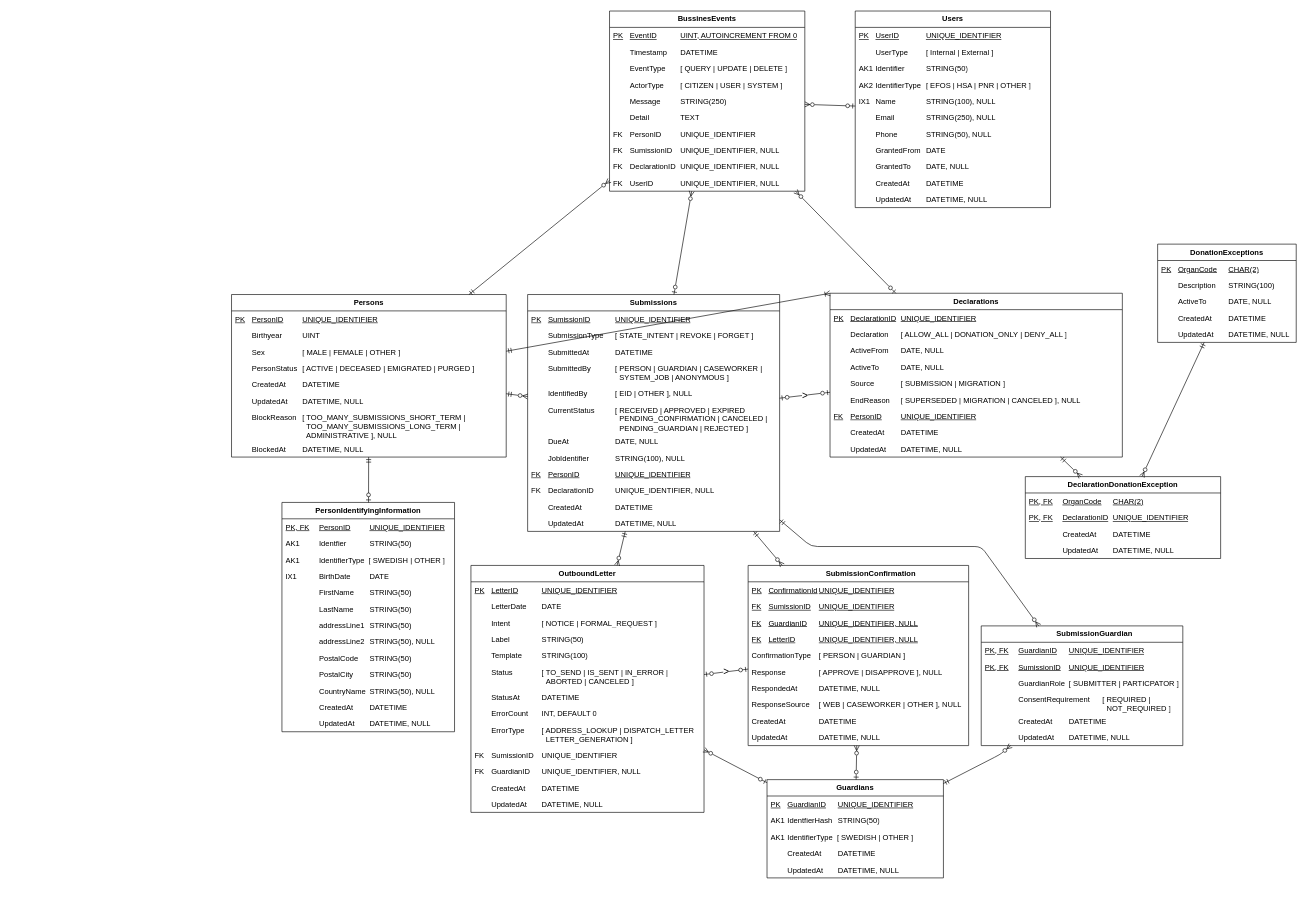
Above: page "Liggande Logisk modell" (9 of 9) of Donationsregister.drawio in bhagqvist-consid/ICD11 (draw.io), before the change. Source tidied: cells renumbered, new cells numbered last; positions are measured from the earlier drawing's top-left corner, leaving out a move shared by most shapes. Both pictures are drawn from the tidied source at 63%, with x=0, y=0 at pixel (231, 11).
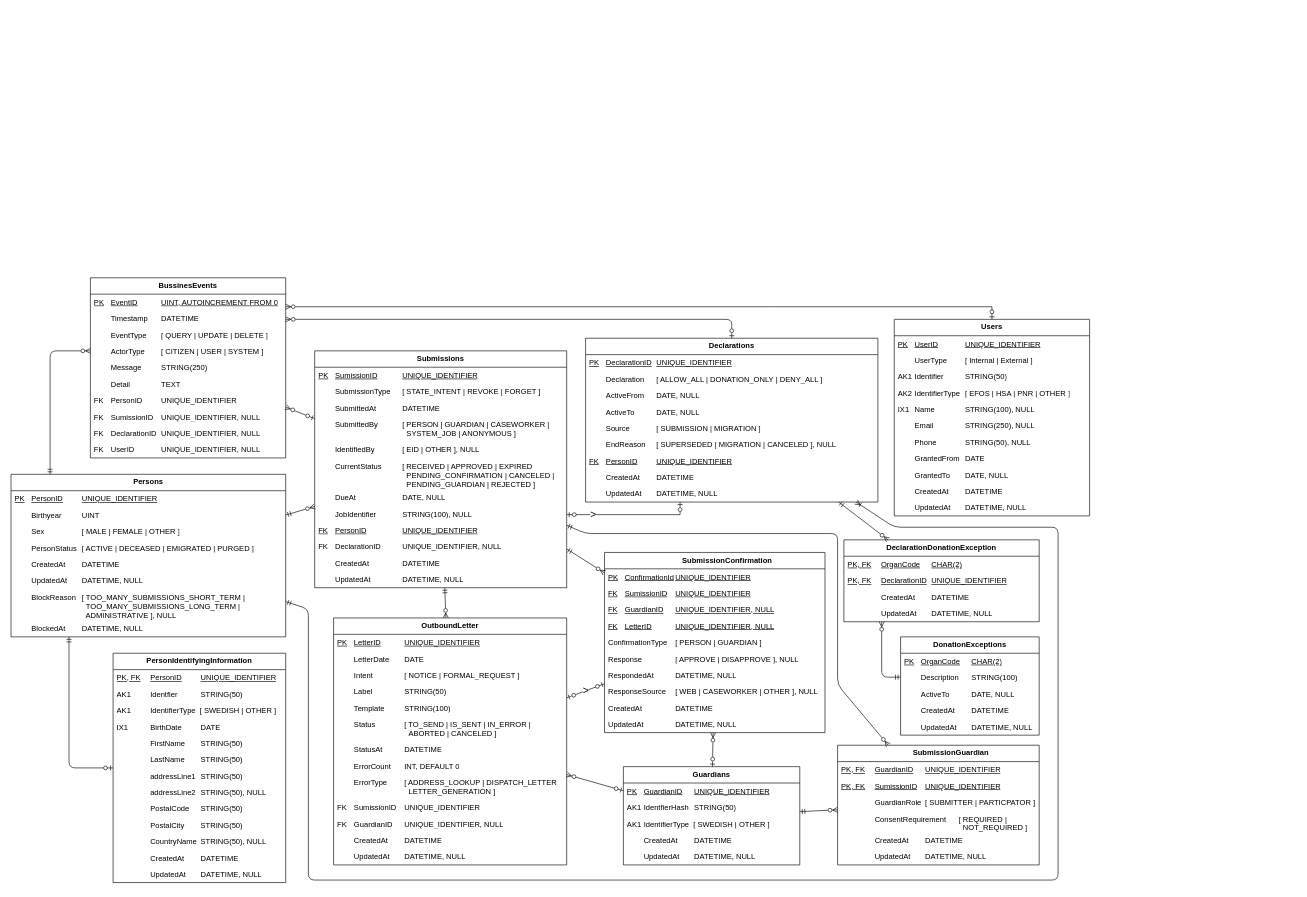
The same diagram, later.

Change to the diagram source:
```diff
@@
     <mxCell id="2" value="Persons" style="swimlane;fontStyle=1;horizontal=1;startSize=26;fillColor=none;whiteSpace=wrap;html=1;" parent="1" vertex="1">
-      <mxGeometry y="450" width="436" height="258" as="geometry" />
+      <mxGeometry x="-350" y="735.4" width="436" height="258" as="geometry" />
     </mxCell>
@@
     <mxCell id="11" value="Submissions" style="swimlane;fontStyle=1;horizontal=1;startSize=26;fillColor=none;whiteSpace=wrap;html=1;" parent="1" vertex="1">
-      <mxGeometry x="470" y="450" width="400" height="376" as="geometry" />
+      <mxGeometry x="132" y="539.4" width="400" height="376" as="geometry" />
     </mxCell>
@@
     <mxCell id="24" value="Declarations" style="swimlane;fontStyle=1;horizontal=1;startSize=26;fillColor=none;whiteSpace=wrap;html=1;" parent="1" vertex="1">
-      <mxGeometry x="950" y="448" width="464" height="260" as="geometry" />
+      <mxGeometry x="562" y="519.4" width="464" height="260" as="geometry" />
     </mxCell>
@@
     <mxCell id="34" value="PersonIdentifyingInformation" style="swimlane;fontStyle=1;horizontal=1;startSize=26;fillColor=none;whiteSpace=wrap;html=1;" parent="1" vertex="1">
-      <mxGeometry x="80" y="780" width="274" height="364" as="geometry" />
+      <mxGeometry x="-188" y="1019.4" width="274" height="364" as="geometry" />
     </mxCell>
@@
     <mxCell id="48" value="OutboundLetter" style="swimlane;fontStyle=1;horizontal=1;startSize=26;fillColor=none;whiteSpace=wrap;html=1;" parent="1" vertex="1">
-      <mxGeometry x="380" y="880" width="370" height="392" as="geometry" />
+      <mxGeometry x="162" y="963.4" width="370" height="392" as="geometry" />
     </mxCell>
@@
     <mxCell id="62" value="Guardians" style="swimlane;fontStyle=1;horizontal=1;startSize=26;fillColor=none;whiteSpace=wrap;html=1;" parent="1" vertex="1">
-      <mxGeometry x="850" y="1220" width="280" height="156" as="geometry" />
+      <mxGeometry x="622" y="1199.4" width="280" height="156" as="geometry" />
     </mxCell>
@@
     <mxCell id="68" value="BussinesEvents" style="swimlane;fontStyle=1;horizontal=1;startSize=26;fillColor=none;whiteSpace=wrap;html=1;" parent="1" vertex="1">
-      <mxGeometry x="600" width="310" height="286" as="geometry" />
+      <mxGeometry x="-224" y="423.4" width="310" height="286" as="geometry" />
     </mxCell>
@@
     <mxCell id="79" value="Users" style="swimlane;fontStyle=1;horizontal=1;startSize=26;fillColor=none;whiteSpace=wrap;html=1;" parent="1" vertex="1">
-      <mxGeometry x="990" width="310" height="312" as="geometry" />
+      <mxGeometry x="1052" y="489.4" width="310" height="312" as="geometry" />
     </mxCell>
@@
     <mxCell id="91" value="DonationExceptions" style="swimlane;fontStyle=1;horizontal=1;startSize=26;fillColor=none;whiteSpace=wrap;html=1;" parent="1" vertex="1">
-      <mxGeometry x="1470" y="370" width="220" height="156" as="geometry" />
+      <mxGeometry x="1062" y="993.4" width="220" height="156" as="geometry" />
     </mxCell>
@@
     <mxCell id="97" value="DeclarationDonationException" style="swimlane;fontStyle=1;horizontal=1;startSize=26;fillColor=none;whiteSpace=wrap;html=1;" parent="1" vertex="1">
-      <mxGeometry x="1260" y="739" width="310" height="130" as="geometry" />
+      <mxGeometry x="972" y="839.4" width="310" height="130" as="geometry" />
     </mxCell>
@@
     <mxCell id="102" value="&lt;blockquote style=&quot;margin: 0px 0px 0px 40px; border-width: medium; border-style: none; border-color: currentcolor; border-image: none; padding: 0px;&quot;&gt;SubmissionGuardian&lt;/blockquote&gt;" style="swimlane;fontStyle=1;horizontal=1;startSize=26;fillColor=none;whiteSpace=wrap;html=1;" parent="1" vertex="1">
-      <mxGeometry x="1190" y="976" width="320" height="190" as="geometry" />
+      <mxGeometry x="962" y="1165.4" width="320" height="190" as="geometry" />
     </mxCell>
@@
-    <mxCell id="109" value="&amp;gt;" style="fontSize=16;html=1;endArrow=ERzeroToOne;startArrow=ERzeroToOne;rounded=0;startFill=0;fontStyle=0;" parent="1" edge="1" source="24" target="11">
-      <mxGeometry relative="1" as="geometry" />
+    <mxCell id="109" value="&amp;gt;" style="fontSize=16;html=1;endArrow=ERzeroToOne;startArrow=ERzeroToOne;rounded=0;startFill=0;fontStyle=0;edgeStyle=orthogonalEdgeStyle;" parent="1" edge="1" source="24" target="11">
+      <mxGeometry x="0.58" relative="1" as="geometry">
+        <Array as="points">
+          <mxPoint x="712" y="799.4" />
+        </Array>
+      </mxGeometry>
     </mxCell>
-    <mxCell id="110" style="fontSize=12;html=1;endArrow=ERmandOne;startArrow=ERzeroToMany;rounded=0;startFill=0;endFill=0;" parent="1" edge="1" source="97" target="24">
+    <mxCell id="110" style="fontSize=12;html=1;endArrow=ERmandOne;startArrow=ERzeroToMany;rounded=1;startFill=0;endFill=0;" parent="1" edge="1" source="97" target="24">
       <mxGeometry relative="1" as="geometry" />
     </mxCell>
-    <mxCell id="111" style="fontSize=12;html=1;endArrow=ERzeroToOne;startArrow=ERzeroToMany;rounded=0;startFill=0;endFill=0;" parent="1" edge="1" source="68" target="24">
-      <mxGeometry relative="1" as="geometry" />
+    <mxCell id="111" style="fontSize=12;html=1;endArrow=ERzeroToOne;startArrow=ERzeroToMany;rounded=1;startFill=0;endFill=0;edgeStyle=orthogonalEdgeStyle;curved=0;" parent="1" edge="1" source="68" target="24">
+      <mxGeometry relative="1" as="geometry">
+        <Array as="points">
+          <mxPoint x="794" y="489.4" />
+        </Array>
+      </mxGeometry>
     </mxCell>
-    <mxCell id="112" style="fontSize=12;html=1;endArrow=ERmandOne;startArrow=ERzeroToMany;rounded=0;startFill=0;endFill=0;" parent="1" edge="1" source="97" target="91">
-      <mxGeometry relative="1" as="geometry" />
+    <mxCell id="112" style="fontSize=12;html=1;endArrow=ERmandOne;startArrow=ERzeroToMany;rounded=1;startFill=0;endFill=0;edgeStyle=orthogonalEdgeStyle;curved=0;" parent="1" edge="1" source="97" target="91">
+      <mxGeometry relative="1" as="geometry">
+        <Array as="points">
+          <mxPoint x="1032" y="1057.4" />
+        </Array>
+      </mxGeometry>
     </mxCell>
     <mxCell id="113" style="fontSize=12;html=1;endArrow=ERmandOne;startArrow=ERzeroToMany;rounded=1;startFill=0;endFill=0;elbow=vertical;curved=0;" parent="1" edge="1" source="102" target="11">
       <mxGeometry relative="1" as="geometry">
         <Array as="points">
-          <mxPoint x="1190" y="850" />
-          <mxPoint x="920" y="850" />
+          <mxPoint x="962" y="1069.4" />
+          <mxPoint x="962" y="829.4" />
+          <mxPoint x="562" y="829.4" />
         </Array>
       </mxGeometry>
     </mxCell>
-    <mxCell id="114" style="fontSize=12;html=1;endArrow=ERmandOne;startArrow=ERzeroToMany;rounded=1;startFill=0;endFill=0;curved=0;" parent="1" edge="1" source="102" target="62">
-      <mxGeometry relative="1" as="geometry">
-        <Array as="points">
-          <mxPoint x="1220" y="1180" />
-        </Array>
-      </mxGeometry>
+    <mxCell id="114" style="fontSize=12;html=1;endArrow=ERmandOne;startArrow=ERzeroToMany;rounded=1;startFill=0;endFill=0;" parent="1" edge="1" source="102" target="62">
+      <mxGeometry relative="1" as="geometry" />
     </mxCell>
@@
-    <mxCell id="117" style="fontSize=12;html=1;endArrow=ERzeroToOne;startArrow=ERmandOne;rounded=0;" parent="1" edge="1" source="2" target="34">
-      <mxGeometry relative="1" as="geometry" />
+    <mxCell id="117" style="fontSize=12;html=1;endArrow=ERzeroToOne;startArrow=ERmandOne;rounded=1;edgeStyle=orthogonalEdgeStyle;curved=0;" parent="1" edge="1" source="2" target="34">
+      <mxGeometry relative="1" as="geometry">
+        <Array as="points">
+          <mxPoint x="-258" y="1119.4" />
+          <mxPoint x="-258" y="1119.4" />
+        </Array>
+      </mxGeometry>
     </mxCell>
-    <mxCell id="118" style="fontSize=12;html=1;endArrow=ERmandOne;startArrow=ERzeroToMany;rounded=0;startFill=0;endFill=0;" parent="1" edge="1" source="68" target="2">
-      <mxGeometry relative="1" as="geometry" />
+    <mxCell id="118" style="fontSize=12;html=1;endArrow=ERmandOne;startArrow=ERzeroToMany;rounded=1;startFill=0;endFill=0;edgeStyle=orthogonalEdgeStyle;curved=0;" parent="1" edge="1" source="68" target="2">
+      <mxGeometry relative="1" as="geometry">
+        <Array as="points">
+          <mxPoint x="-288" y="539.4" />
+        </Array>
+      </mxGeometry>
     </mxCell>
-    <mxCell id="119" style="fontSize=12;html=1;endArrow=ERzeroToOne;startArrow=ERzeroToMany;rounded=0;startFill=0;" parent="1" edge="1" source="68" target="79">
-      <mxGeometry relative="1" as="geometry" />
+    <mxCell id="119" style="fontSize=12;html=1;endArrow=ERzeroToOne;startArrow=ERzeroToMany;rounded=0;startFill=0;edgeStyle=orthogonalEdgeStyle;" parent="1" edge="1" source="68" target="79">
+      <mxGeometry relative="1" as="geometry">
+        <Array as="points">
+          <mxPoint x="862" y="469.4" />
+          <mxPoint x="862" y="469.4" />
+        </Array>
+      </mxGeometry>
     </mxCell>
@@
-    <mxCell id="121" style="fontSize=12;html=1;endArrow=ERmandOne;startArrow=ERoneToMany;rounded=0;startFill=0;endFill=0;exitX=0;exitY=0;exitDx=0;exitDy=0;jumpStyle=gap;" parent="1" edge="1" source="24" target="2">
-      <mxGeometry relative="1" as="geometry" />
+    <mxCell id="121" style="fontSize=12;html=1;endArrow=ERmandOne;startArrow=ERoneToMany;rounded=1;startFill=0;endFill=0;jumpStyle=gap;curved=0;" parent="1" edge="1" source="24" target="2">
+      <mxGeometry relative="1" as="geometry">
+        <Array as="points">
+          <mxPoint x="1052" y="819.4" />
+          <mxPoint x="1312" y="819.4" />
+          <mxPoint x="1312" y="1379.4" />
+          <mxPoint x="122" y="1379.4" />
+          <mxPoint x="122" y="949.4" />
+        </Array>
+      </mxGeometry>
     </mxCell>
@@
     <mxCell id="123" value="&lt;blockquote style=&quot;margin: 0px 0px 0px 40px; border-width: medium; border-style: none; border-color: currentcolor; border-image: none; padding: 0px;&quot;&gt;SubmissionConfirmation&lt;/blockquote&gt;" style="swimlane;fontStyle=1;horizontal=1;startSize=26;fillColor=none;whiteSpace=wrap;html=1;" parent="1" vertex="1">
-      <mxGeometry x="820" y="880" width="350" height="286" as="geometry" />
+      <mxGeometry x="592" y="859.4" width="350" height="286" as="geometry" />
     </mxCell>
```
